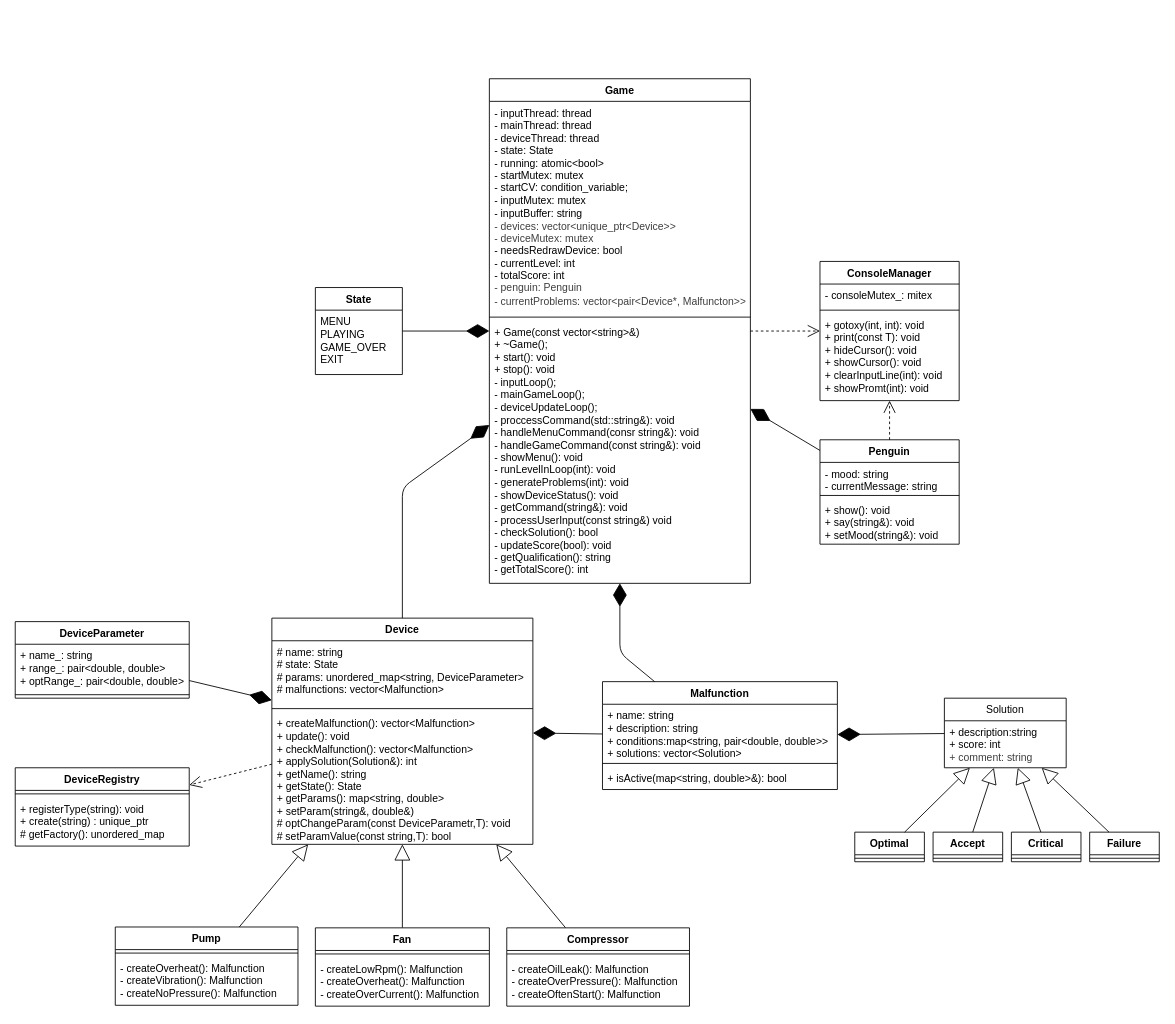
Earlier version of the draw.io diagram docs/diagram.drawio (MARGO0901/otus-finalproject). Source tidied: cells renumbered, new cells numbered last; positions are measured from the earlier drawing's top-left corner, leaving out a move shared by most shapes. Both pictures are drawn from the tidied source at 87%, with x=0, y=0 at pixel (15, 78).
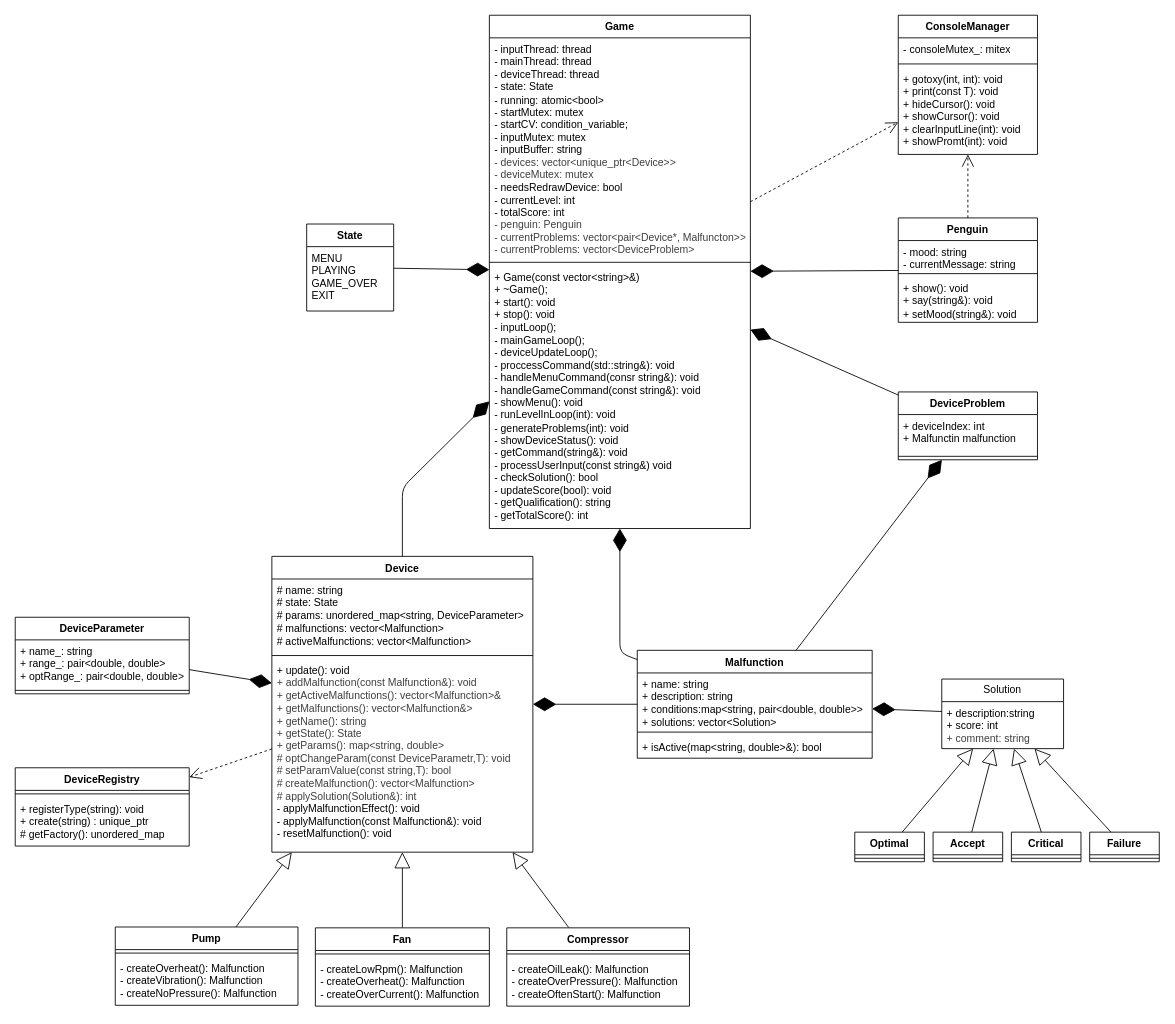
After the change.

Diff of the diagram source:
```diff
@@
     <mxCell id="2" value="Game" style="swimlane;fontStyle=1;align=center;verticalAlign=top;horizontal=1;startSize=26;whiteSpace=wrap;html=1;" parent="1" vertex="1">
-      <mxGeometry x="545" width="300" height="580" as="geometry" />
+      <mxGeometry x="545" y="-73" width="300" height="590" as="geometry" />
     </mxCell>
-    <mxCell id="3" value="&lt;div&gt;- inputThread: thread&lt;/div&gt;&lt;div&gt;- mainThread: thread&lt;/div&gt;&lt;div&gt;- deviceThread: thread&lt;/div&gt;&lt;div&gt;- state: State&lt;/div&gt;&lt;div&gt;- running: atomic&amp;lt;bool&amp;gt;&lt;/div&gt;&lt;div&gt;- startMutex: mutex&lt;/div&gt;&lt;div&gt;- startCV: condition_variable;&lt;/div&gt;&lt;div&gt;- inputMutex: mutex&lt;/div&gt;&lt;div&gt;- inputBuffer: string&lt;/div&gt;&lt;div&gt;&lt;span style=&quot;color: rgb(63, 63, 63);&quot;&gt;- devices:&amp;nbsp;&lt;/span&gt;&lt;span style=&quot;scrollbar-color: rgb(226, 226, 226) rgb(251, 251, 251); background-color: transparent; color: rgb(63, 63, 63);&quot;&gt;vector&amp;lt;unique_ptr&amp;lt;Device&amp;gt;&amp;gt;&lt;/span&gt;&lt;/div&gt;&lt;div&gt;&lt;span style=&quot;scrollbar-color: rgb(226, 226, 226) rgb(251, 251, 251); background-color: transparent; color: rgb(63, 63, 63);&quot;&gt;- deviceMutex: mutex&lt;/span&gt;&lt;/div&gt;&lt;div&gt;- needsRedrawDevice: bool&lt;/div&gt;- currentLevel: int&lt;div&gt;- totalScore: int&lt;/div&gt;&lt;div&gt;&lt;span style=&quot;color: rgb(63, 63, 63); background-color: transparent;&quot;&gt;- penguin: Penguin&lt;/span&gt;&lt;/div&gt;&lt;div&gt;&lt;span style=&quot;color: rgb(63, 63, 63); background-color: transparent;&quot;&gt;&lt;span style=&quot;color: rgb(63, 63, 63);&quot;&gt;- currentProblems: vector&amp;lt;pair&amp;lt;Device*, Malfuncton&amp;gt;&amp;gt;&lt;/span&gt;&lt;/span&gt;&lt;/div&gt;" style="text;strokeColor=none;fillColor=none;align=left;verticalAlign=top;spacingLeft=4;spacingRight=4;overflow=hidden;whiteSpace=wrap;html=1;" parent="2" vertex="1">
-      <mxGeometry y="26" width="300" height="244" as="geometry" />
+    <mxCell id="3" value="&lt;div&gt;- inputThread: thread&lt;/div&gt;&lt;div&gt;- mainThread: thread&lt;/div&gt;&lt;div&gt;- deviceThread: thread&lt;/div&gt;&lt;div&gt;- state: State&lt;/div&gt;&lt;div&gt;- running: atomic&amp;lt;bool&amp;gt;&lt;/div&gt;&lt;div&gt;- startMutex: mutex&lt;/div&gt;&lt;div&gt;- startCV: condition_variable;&lt;/div&gt;&lt;div&gt;- inputMutex: mutex&lt;/div&gt;&lt;div&gt;- inputBuffer: string&lt;/div&gt;&lt;div&gt;&lt;span style=&quot;color: rgb(63, 63, 63);&quot;&gt;- devices:&amp;nbsp;&lt;/span&gt;&lt;span style=&quot;scrollbar-color: rgb(226, 226, 226) rgb(251, 251, 251); background-color: transparent; color: rgb(63, 63, 63);&quot;&gt;vector&amp;lt;unique_ptr&amp;lt;Device&amp;gt;&amp;gt;&lt;/span&gt;&lt;/div&gt;&lt;div&gt;&lt;span style=&quot;scrollbar-color: rgb(226, 226, 226) rgb(251, 251, 251); background-color: transparent; color: rgb(63, 63, 63);&quot;&gt;- deviceMutex: mutex&lt;/span&gt;&lt;/div&gt;&lt;div&gt;- needsRedrawDevice: bool&lt;/div&gt;- currentLevel: int&lt;div&gt;- totalScore: int&lt;/div&gt;&lt;div&gt;&lt;span style=&quot;color: rgb(63, 63, 63); background-color: transparent;&quot;&gt;- penguin: Penguin&lt;/span&gt;&lt;/div&gt;&lt;div&gt;&lt;span style=&quot;color: rgb(63, 63, 63); background-color: transparent;&quot;&gt;&lt;span style=&quot;color: rgb(63, 63, 63);&quot;&gt;- currentProblems: vector&amp;lt;pair&amp;lt;Device*, Malfuncton&amp;gt;&amp;gt;&lt;/span&gt;&lt;/span&gt;&lt;/div&gt;&lt;div&gt;&lt;span style=&quot;color: rgb(63, 63, 63); background-color: transparent;&quot;&gt;&lt;span style=&quot;color: rgb(63, 63, 63);&quot;&gt;- currentProblems: vector&amp;lt;DeviceProblem&amp;gt;&lt;/span&gt;&lt;/span&gt;&lt;/div&gt;" style="text;strokeColor=none;fillColor=none;align=left;verticalAlign=top;spacingLeft=4;spacingRight=4;overflow=hidden;whiteSpace=wrap;html=1;" parent="2" vertex="1">
+      <mxGeometry y="26" width="300" height="254" as="geometry" />
     </mxCell>
     <mxCell id="4" style="line;strokeWidth=1;fillColor=none;align=left;verticalAlign=middle;spacingTop=-1;spacingLeft=3;spacingRight=3;labelPosition=right;strokeColor=inherit;" parent="2" vertex="1">
-      <mxGeometry y="270" width="300" height="8" as="geometry" />
+      <mxGeometry y="280" width="300" height="8" as="geometry" />
     </mxCell>
     <mxCell id="5" value="&lt;div&gt;+ Game(const vector&amp;lt;string&amp;gt;&amp;amp;)&lt;/div&gt;&lt;div&gt;+ ~Game();&lt;/div&gt;&lt;div&gt;+ start(): void&lt;/div&gt;&lt;div&gt;+ stop(): void&lt;/div&gt;&lt;div&gt;- inputLoop();&lt;/div&gt;&lt;div&gt;- mainGameLoop();&lt;/div&gt;&lt;div&gt;- deviceUpdateLoop();&lt;/div&gt;&lt;div&gt;- proccessCommand(std::string&amp;amp;): void&lt;/div&gt;&lt;div&gt;- handleMenuCommand(consr string&amp;amp;): void&lt;/div&gt;&lt;div&gt;- handleGameCommand(const string&amp;amp;): void&lt;/div&gt;&lt;div&gt;- showMenu(): void&lt;/div&gt;- runLevelInLoop(int): void&lt;div&gt;- generateProblems(int): void&lt;/div&gt;&lt;div&gt;- showDeviceStatus(): void&lt;/div&gt;&lt;div&gt;- getCommand(string&amp;amp;): void&lt;/div&gt;&lt;div&gt;- processUserInput(const string&amp;amp;) void&lt;/div&gt;&lt;div&gt;- checkSolution(): bool&lt;/div&gt;&lt;div&gt;- updateScore(bool): void&lt;/div&gt;&lt;div&gt;- getQualification(): string&lt;/div&gt;&lt;div&gt;- getTotalScore(): int&lt;/div&gt;" style="text;strokeColor=none;fillColor=none;align=left;verticalAlign=top;spacingLeft=4;spacingRight=4;overflow=hidden;whiteSpace=wrap;html=1;" parent="2" vertex="1">
-      <mxGeometry y="278" width="300" height="302" as="geometry" />
+      <mxGeometry y="288" width="300" height="302" as="geometry" />
     </mxCell>
     <mxCell id="6" value="Device" style="swimlane;fontStyle=1;align=center;verticalAlign=top;horizontal=1;startSize=26;whiteSpace=wrap;html=1;" parent="1" vertex="1">
-      <mxGeometry x="295" y="620" width="300" height="260" as="geometry" />
+      <mxGeometry x="295" y="549" width="300" height="340" as="geometry" />
     </mxCell>
-    <mxCell id="7" value="# name: string&lt;div&gt;# state: State&lt;/div&gt;&lt;div&gt;# params: unordered_map&amp;lt;string, DeviceParameter&amp;gt;&lt;/div&gt;&lt;div&gt;# malfunctions: vector&amp;lt;Malfunction&amp;gt;&lt;/div&gt;" style="text;strokeColor=none;fillColor=none;align=left;verticalAlign=top;spacingLeft=4;spacingRight=4;overflow=hidden;whiteSpace=wrap;html=1;" parent="6" vertex="1">
-      <mxGeometry y="26" width="300" height="74" as="geometry" />
+    <mxCell id="7" value="# name: string&lt;div&gt;# state: State&lt;/div&gt;&lt;div&gt;# params: unordered_map&amp;lt;string, DeviceParameter&amp;gt;&lt;/div&gt;&lt;div&gt;# malfunctions: vector&amp;lt;Malfunction&amp;gt;&lt;/div&gt;&lt;div&gt;# activeMalfunctions: vector&amp;lt;Malfunction&amp;gt;&lt;/div&gt;" style="text;strokeColor=none;fillColor=none;align=left;verticalAlign=top;spacingLeft=4;spacingRight=4;overflow=hidden;whiteSpace=wrap;html=1;" parent="6" vertex="1">
+      <mxGeometry y="26" width="300" height="84" as="geometry" />
     </mxCell>
     <mxCell id="8" style="line;strokeWidth=1;fillColor=none;align=left;verticalAlign=middle;spacingTop=-1;spacingLeft=3;spacingRight=3;labelPosition=right;strokeColor=inherit;" parent="6" vertex="1">
-      <mxGeometry y="100" width="300" height="8" as="geometry" />
+      <mxGeometry y="110" width="300" height="8" as="geometry" />
     </mxCell>
-    <mxCell id="9" value="&lt;div&gt;+ createMalfunction(): vector&amp;lt;Malfunction&amp;gt;&lt;/div&gt;+ update(): void&lt;div&gt;+ checkMalfunction(): vector&amp;lt;Malfunction&amp;gt;&lt;/div&gt;&lt;div&gt;+ applySolution(Solution&amp;amp;): int&lt;/div&gt;&lt;div&gt;+ getName(): string&lt;/div&gt;&lt;div&gt;+ getState(): State&lt;/div&gt;&lt;div&gt;+ getParams(): map&amp;lt;string, double&amp;gt;&amp;nbsp;&lt;/div&gt;&lt;div&gt;+ setParam(string&amp;amp;, double&amp;amp;)&lt;/div&gt;&lt;div&gt;# optChangeParam(const DeviceParametr,T): void&lt;/div&gt;&lt;div&gt;# setParamValue(const string,T): bool&lt;/div&gt;" style="text;strokeColor=none;fillColor=none;align=left;verticalAlign=top;spacingLeft=4;spacingRight=4;overflow=hidden;whiteSpace=wrap;html=1;" parent="6" vertex="1">
-      <mxGeometry y="108" width="300" height="152" as="geometry" />
+    <mxCell id="9" value="&lt;div&gt;&lt;span style=&quot;color: rgb(0, 0, 0);&quot;&gt;+ update(): void&lt;/span&gt;&lt;/div&gt;&lt;div&gt;&lt;span style=&quot;color: rgb(63, 63, 63);&quot;&gt;+ addMalfunction(const Malfunction&amp;amp;): void&lt;/span&gt;&lt;span style=&quot;color: rgb(0, 0, 0);&quot;&gt;&lt;/span&gt;&lt;/div&gt;&lt;div&gt;&lt;span style=&quot;color: rgb(63, 63, 63);&quot;&gt;+ getActiveMalfunctions(): vector&amp;lt;Malfunction&amp;gt;&amp;amp;&lt;/span&gt;&lt;span style=&quot;color: rgb(63, 63, 63);&quot;&gt;&lt;/span&gt;&lt;/div&gt;&lt;div&gt;&lt;span style=&quot;color: rgb(63, 63, 63);&quot;&gt;+ getMalfunctions(): vector&amp;lt;Malfunction&amp;amp;&amp;gt;&lt;/span&gt;&lt;/div&gt;&lt;div&gt;&lt;span style=&quot;color: rgb(63, 63, 63);&quot;&gt;+ getName(): string&lt;/span&gt;&lt;span style=&quot;color: rgb(63, 63, 63);&quot;&gt;&lt;/span&gt;&lt;/div&gt;&lt;div&gt;&lt;div style=&quot;color: rgb(63, 63, 63); scrollbar-color: rgb(226, 226, 226) rgb(251, 251, 251);&quot;&gt;+ getState(): State&lt;/div&gt;&lt;div style=&quot;color: rgb(63, 63, 63); scrollbar-color: rgb(226, 226, 226) rgb(251, 251, 251);&quot;&gt;+ getParams(): map&amp;lt;string, double&amp;gt;&amp;nbsp;&lt;/div&gt;&lt;/div&gt;&lt;div style=&quot;color: rgb(63, 63, 63); scrollbar-color: rgb(226, 226, 226) rgb(251, 251, 251);&quot;&gt;&lt;div style=&quot;color: rgb(63, 63, 63); scrollbar-color: rgb(226, 226, 226) rgb(251, 251, 251);&quot;&gt;# optChangeParam(const DeviceParametr,T): void&lt;/div&gt;&lt;div style=&quot;color: rgb(63, 63, 63); scrollbar-color: rgb(226, 226, 226) rgb(251, 251, 251);&quot;&gt;# setParamValue(const string,T): bool&lt;/div&gt;&lt;/div&gt;&lt;div&gt;&lt;span style=&quot;color: rgb(63, 63, 63);&quot;&gt;# createMalfunction(): vector&amp;lt;Malfunction&amp;gt;&lt;/span&gt;&lt;/div&gt;&lt;div&gt;&lt;span style=&quot;color: rgb(63, 63, 63);&quot;&gt;# applySolution(Solution&amp;amp;): int&lt;/span&gt;&lt;/div&gt;&lt;div&gt;- applyMalfunctionEffect(): void&lt;/div&gt;&lt;div&gt;- applyMalfunction(const Malfunction&amp;amp;): void&lt;/div&gt;&lt;div&gt;- resetMalfunction(): void&lt;/div&gt;&lt;div&gt;&lt;br&gt;&lt;/div&gt;" style="text;strokeColor=none;fillColor=none;align=left;verticalAlign=top;spacingLeft=4;spacingRight=4;overflow=hidden;whiteSpace=wrap;html=1;" parent="6" vertex="1">
+      <mxGeometry y="118" width="300" height="222" as="geometry" />
     </mxCell>
@@
     <mxCell id="17" value="Malfunction" style="swimlane;fontStyle=1;align=center;verticalAlign=top;horizontal=1;startSize=26;whiteSpace=wrap;html=1;" parent="1" vertex="1">
-      <mxGeometry x="675" y="693" width="270" height="124" as="geometry" />
+      <mxGeometry x="715" y="657" width="270" height="124" as="geometry" />
     </mxCell>
@@
     <mxCell id="21" value="Solution" style="swimlane;fontStyle=0;horizontal=1;startSize=26;fillColor=none;whiteSpace=wrap;html=1;" parent="1" vertex="1">
-      <mxGeometry x="1068" y="712" width="140" height="80" as="geometry" />
+      <mxGeometry x="1065" y="690" width="140" height="80" as="geometry" />
     </mxCell>
@@
     <mxCell id="25" value="Penguin" style="swimlane;fontStyle=1;align=center;verticalAlign=top;horizontal=1;startSize=26;whiteSpace=wrap;html=1;" parent="1" vertex="1">
-      <mxGeometry x="925" y="415" width="160" height="120" as="geometry" />
+      <mxGeometry x="1015" y="160" width="160" height="120" as="geometry" />
     </mxCell>
@@
     <mxCell id="53" value="ConsoleManager" style="swimlane;fontStyle=1;align=center;verticalAlign=top;horizontal=1;startSize=26;whiteSpace=wrap;html=1;" parent="1" vertex="1">
-      <mxGeometry x="925" y="210" width="160" height="160" as="geometry" />
+      <mxGeometry x="1015" y="-73" width="160" height="160" as="geometry" />
     </mxCell>
@@
     <mxCell id="59" value="State" style="swimlane;fontStyle=1;align=center;verticalAlign=top;horizontal=1;startSize=26;whiteSpace=wrap;html=1;" parent="1" vertex="1">
-      <mxGeometry x="345" y="240" width="100" height="100" as="geometry" />
+      <mxGeometry x="335" y="167" width="100" height="100" as="geometry" />
     </mxCell>
@@
     <mxCell id="62" value="DeviceParameter" style="swimlane;fontStyle=1;align=center;verticalAlign=top;horizontal=1;startSize=26;whiteSpace=wrap;html=1;" parent="1" vertex="1">
-      <mxGeometry y="624" width="200" height="88" as="geometry" />
+      <mxGeometry y="619" width="200" height="88" as="geometry" />
     </mxCell>
@@
+    <mxCell id="66" value="DeviceProblem" style="swimlane;fontStyle=1;align=center;verticalAlign=top;horizontal=1;startSize=26;whiteSpace=wrap;html=1;" parent="1" vertex="1">
+      <mxGeometry x="1015" y="360" width="160" height="78" as="geometry" />
+    </mxCell>
+    <mxCell id="67" value="+ deviceIndex: int&lt;div&gt;+ Malfunctin malfunction&lt;/div&gt;" style="text;strokeColor=none;fillColor=none;align=left;verticalAlign=top;spacingLeft=4;spacingRight=4;overflow=hidden;whiteSpace=wrap;html=1;" parent="66" vertex="1">
+      <mxGeometry y="26" width="160" height="44" as="geometry" />
+    </mxCell>
+    <mxCell id="68" style="line;strokeWidth=1;fillColor=none;align=left;verticalAlign=middle;spacingTop=-1;spacingLeft=3;spacingRight=3;labelPosition=right;strokeColor=inherit;" parent="66" vertex="1">
+      <mxGeometry y="70" width="160" height="8" as="geometry" />
+    </mxCell>
+    <mxCell id="69" style="endArrow=diamondThin;endFill=1;endSize=24;html=1;" parent="1" edge="1" source="17" target="66">
+      <mxGeometry relative="1" as="geometry" />
+    </mxCell>
+    <mxCell id="70" style="endArrow=diamondThin;endFill=1;endSize=24;html=1;" parent="1" edge="1" source="66" target="2">
+      <mxGeometry relative="1" as="geometry" />
+    </mxCell>
```
